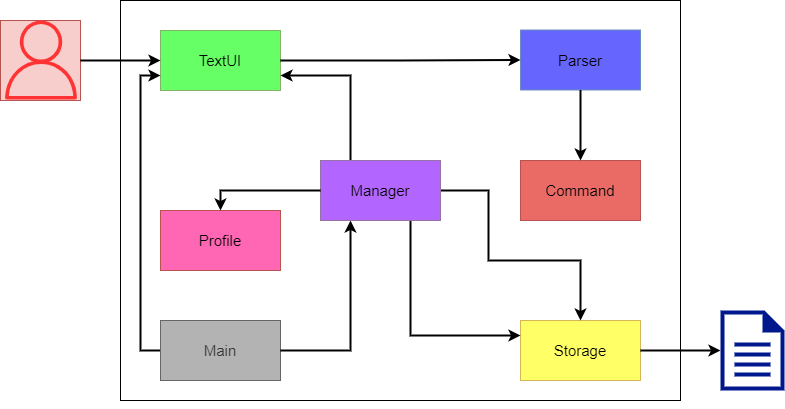
Above: docs/images/developerguide/ArchitectureDiagram.drawio.png in nus-cs2113-AY2122S2/tp (draw.io), before the change. Source tidied: cells renumbered, new cells last; positions are measured from the earlier drawing's top-left corner, leaving out a move shared by most shapes.
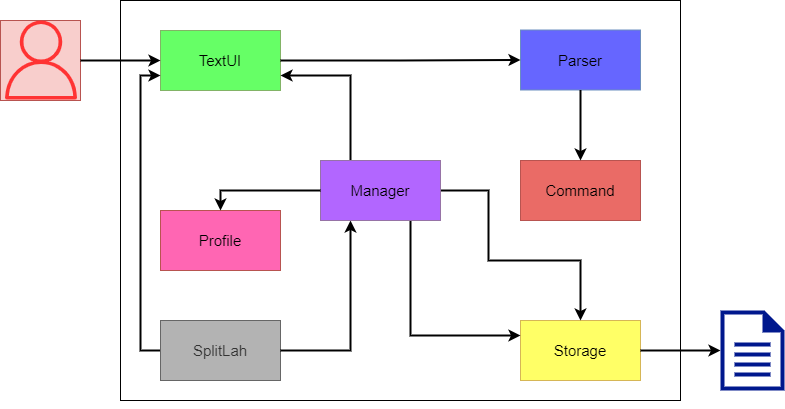
After the commit.

Commit message:
Update existing Architecture diagram

What changed in the source:
```diff
@@ -29,7 +29,7 @@
     <mxCell id="10" style="edgeStyle=orthogonalEdgeStyle;rounded=0;jettySize=auto;html=1;exitX=0;exitY=0.5;exitDx=0;exitDy=0;entryX=0;entryY=0.75;entryDx=0;entryDy=0;fontSize=15;endArrow=classic;endFill=1;strokeColor=#000000;strokeWidth=2;" parent="2" edge="1" source="11" target="6">
       <mxGeometry relative="1" as="geometry" />
     </mxCell>
-    <mxCell id="11" value="Main" style="rounded=0;whiteSpace=wrap;html=1;strokeWidth=1;fillColor=#B3B3B3;fontSize=15;strokeColor=#666666;fontColor=#333333;" parent="2" vertex="1">
+    <mxCell id="11" value="SplitLah" style="rounded=0;whiteSpace=wrap;html=1;strokeWidth=1;fillColor=#B3B3B3;fontSize=15;strokeColor=#666666;fontColor=#333333;" parent="2" vertex="1">
       <mxGeometry x="160" y="320" width="120" height="60" as="geometry" />
     </mxCell>
     <mxCell id="12" value="Storage" style="rounded=0;whiteSpace=wrap;html=1;strokeWidth=1;fillColor=#FFFF66;fontSize=15;strokeColor=#d6b656;" parent="2" vertex="1">
```
